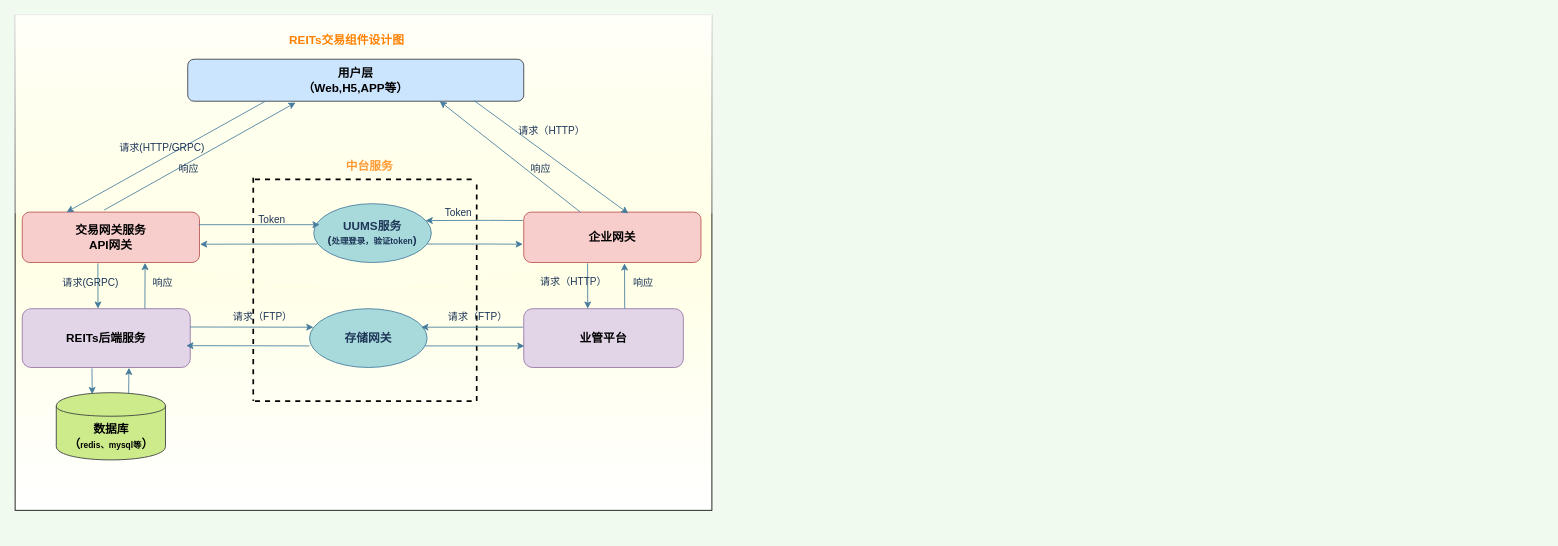
Above: page "REITs交易组件图" (1 of 6) of 001_REITs_组件图.drawio in lppgo/001UML (draw.io), before the change. Source tidied: cells renumbered, new cells numbered last; positions are measured from the earlier drawing's top-left corner, leaving out a move shared by most shapes. Both pictures are drawn from the tidied source at 84%, with x=0, y=0 at pixel (14, 14).
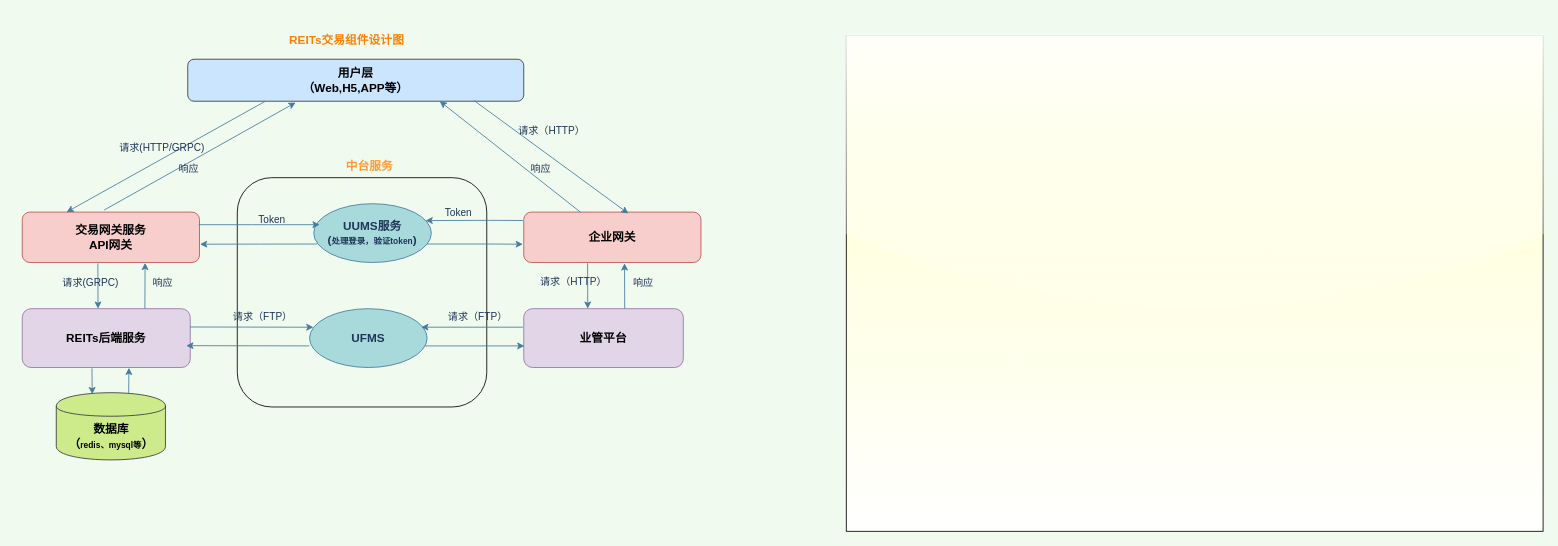
Above is the later version.

Commit message (it also covers changes not shown here):
更新001_REITs_组件图.drawio

Change to the diagram source:
```diff
@@
+    <mxCell id="47" style="rounded=1;whiteSpace=wrap;html=1;fillColor=none;" parent="1" vertex="1">
+      <mxGeometry x="265" y="194" width="297" height="273" as="geometry" />
+    </mxCell>
     <mxCell id="2" style="rounded=0;whiteSpace=wrap;html=1;fillColor=#FFFFCC;gradientColor=#ffffff;gradientDirection=south;glass=1;" parent="1" vertex="1">
-      <mxGeometry x="0.5" width="829.5" height="590" as="geometry" />
+      <mxGeometry x="990" y="25" width="829.5" height="590" as="geometry" />
     </mxCell>
@@
-    <mxCell id="12" value="&lt;span style=&quot;font-size: 14px&quot;&gt;&lt;b&gt;存储网关&lt;/b&gt;&lt;/span&gt;" style="ellipse;whiteSpace=wrap;html=1;rounded=0;sketch=0;strokeColor=#457B9D;fillColor=#A8DADC;fontColor=#1D3557;" parent="1" vertex="1">
+    <mxCell id="12" value="&lt;span style=&quot;font-size: 14px&quot;&gt;&lt;b&gt;UFMS&lt;/b&gt;&lt;/span&gt;" style="ellipse;whiteSpace=wrap;html=1;rounded=0;sketch=0;strokeColor=#457B9D;fillColor=#A8DADC;fontColor=#1D3557;" parent="1" vertex="1">
       <mxGeometry x="351" y="350" width="140" height="70" as="geometry" />
     </mxCell>
@@
-    <mxCell id="18" style="endArrow=none;dashed=1;html=1;strokeWidth=2;jumpStyle=arc;" parent="1" edge="1">
-      <mxGeometry relative="1" as="geometry">
-        <mxPoint x="286" y="196" as="sourcePoint" />
-        <mxPoint x="550" y="196" as="targetPoint" />
-      </mxGeometry>
-    </mxCell>
-    <mxCell id="19" style="endArrow=none;dashed=1;html=1;strokeWidth=2;" parent="1" edge="1">
-      <mxGeometry relative="1" as="geometry">
-        <mxPoint x="284" y="194" as="sourcePoint" />
-        <mxPoint x="284" y="460" as="targetPoint" />
-      </mxGeometry>
-    </mxCell>
-    <mxCell id="20" style="endArrow=none;dashed=1;html=1;strokeWidth=2;" parent="1" edge="1">
-      <mxGeometry relative="1" as="geometry">
-        <mxPoint x="550" y="460" as="sourcePoint" />
-        <mxPoint x="550" y="200" as="targetPoint" />
-      </mxGeometry>
-    </mxCell>
@@
-    <mxCell id="25" style="endArrow=none;dashed=1;html=1;strokeWidth=2;" parent="1" edge="1">
-      <mxGeometry relative="1" as="geometry">
-        <mxPoint x="286" y="460" as="sourcePoint" />
-        <mxPoint x="546" y="460" as="targetPoint" />
-      </mxGeometry>
-    </mxCell>
```
